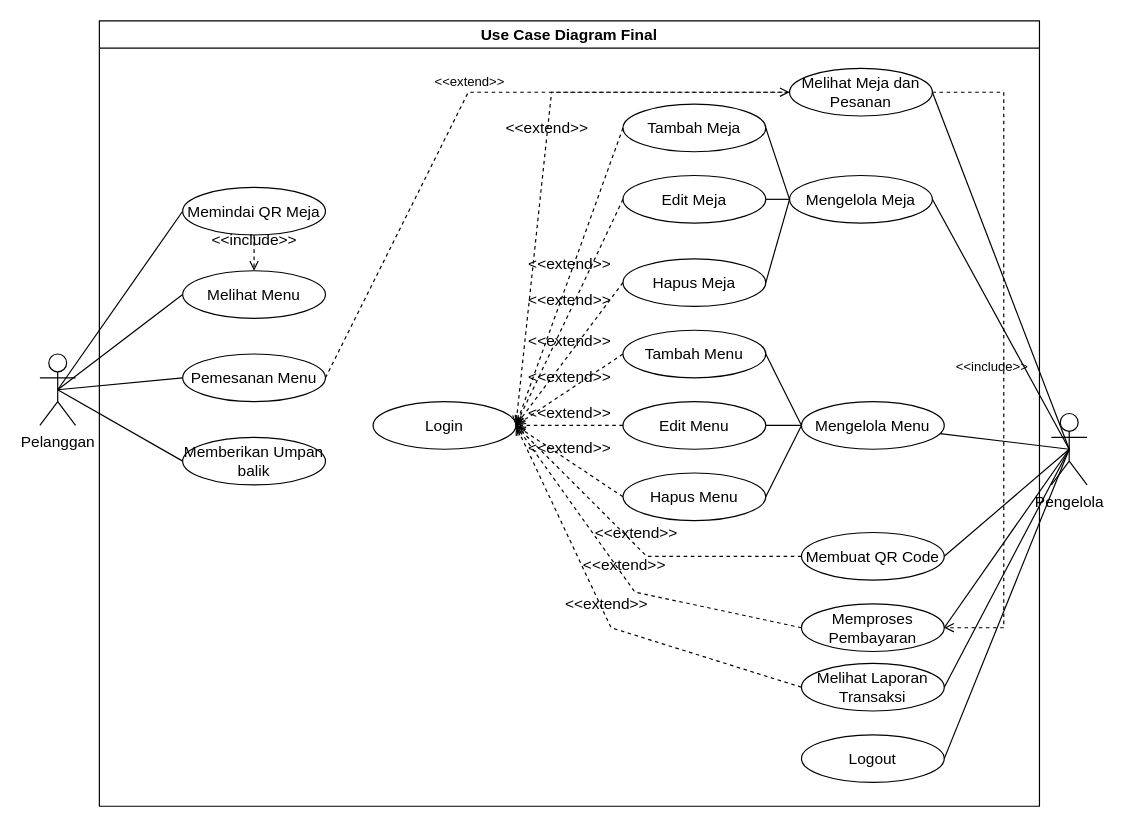
gustitriprayoga/Sistem-Pembayaran-QR keeps this draw.io diagram as Docs/Use Case/final diagram.drawio. Above is the earlier version. Source tidied: cells renumbered, new cells numbered last; positions are measured from the earlier drawing's top-left corner, leaving out a move shared by most shapes. Both pictures are drawn from the tidied source at 119%, with x=0, y=0 at pixel (39, 20).
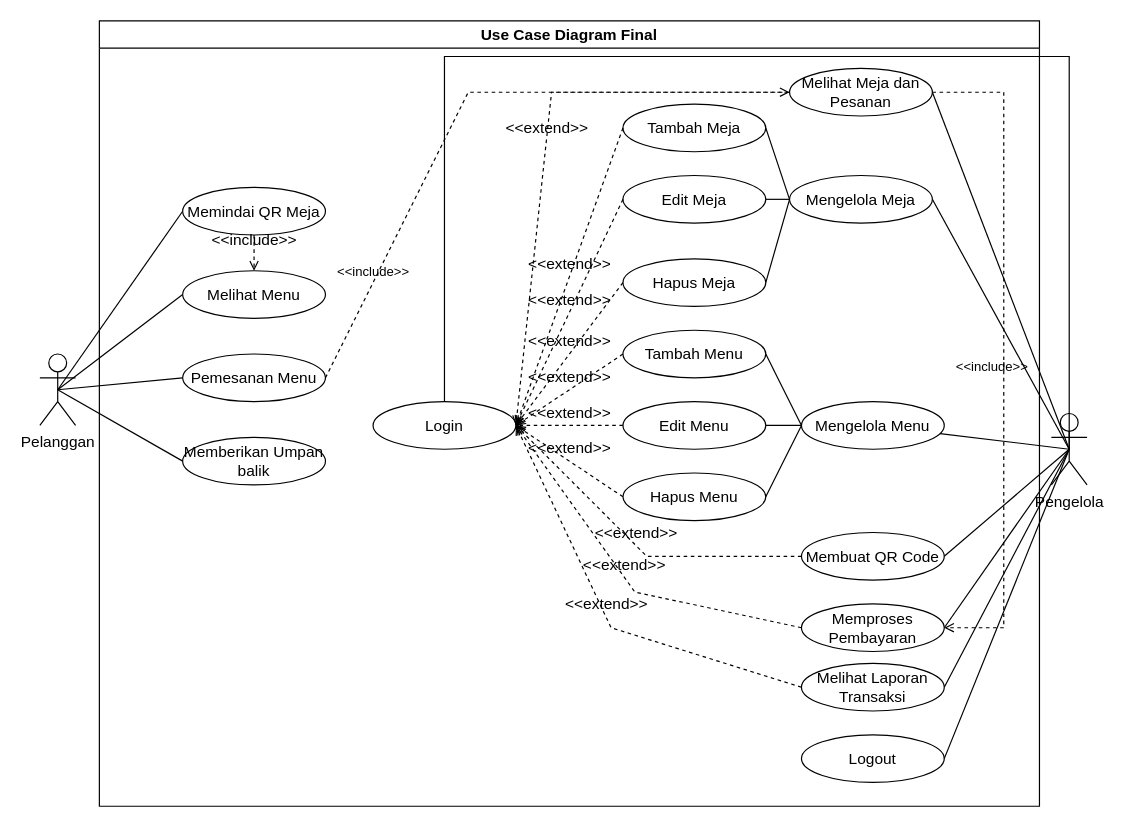
The same diagram, later.

The change refers to these unchanged cells:
```xml
<mxCell id="13" value="Pengelola" style="shape=umlActor;verticalLabelPosition=bottom;verticalAlign=top;html=1;outlineConnect=0;fontSize=13;" parent="1" vertex="1">
  <mxGeometry x="850" y="330" width="30" height="60" as="geometry" />
</mxCell>
<mxCell id="15" value="Login" style="ellipse;whiteSpace=wrap;html=1;fontSize=13;" parent="1" vertex="1">
  <mxGeometry x="280" y="320" width="120" height="40" as="geometry" />
</mxCell>
<mxCell id="20" value="Pemesanan Menu" style="ellipse;whiteSpace=wrap;html=1;fontSize=13;" parent="1" vertex="1">
  <mxGeometry x="120" y="280" width="120" height="40" as="geometry" />
</mxCell>
<mxCell id="44" value="Use Case Diagram Final" style="swimlane;whiteSpace=wrap;html=1;fontSize=13;" parent="1" vertex="1">
  <mxGeometry x="50" width="790" height="660" as="geometry" />
</mxCell>
```

Diff of the diagram source:
```diff
@@
+    <mxCell id="53" style="rounded=0;jettySize=auto;html=1;exitX=0.5;exitY=0.5;exitDx=0;exitDy=0;exitPerimeter=0;entryX=0.5;entryY=0;entryDx=0;entryDy=0;endArrow=none;startFill=0;fontSize=13;" parent="44" edge="1" source="13" target="15">
+      <mxGeometry relative="1" as="geometry">
+        <Array as="points">
+          <mxPoint x="815" y="30" />
+          <mxPoint x="290" y="30" />
+        </Array>
+      </mxGeometry>
+    </mxCell>
-    <mxCell id="50" value="&amp;lt;&amp;lt;extend&amp;gt;&amp;gt;" style="html=1;verticalAlign=bottom;labelBackgroundColor=none;endArrow=open;endFill=0;dashed=1;rounded=0;exitX=1;exitY=0.5;exitDx=0;exitDy=0;" parent="1" edge="1" source="20">
-      <mxGeometry relative="1" as="geometry">
+    <mxCell id="50" value="&amp;lt;&amp;lt;include&amp;gt;&amp;gt;" style="html=1;verticalAlign=bottom;labelBackgroundColor=none;endArrow=open;endFill=0;dashed=1;rounded=0;exitX=1;exitY=0.5;exitDx=0;exitDy=0;" parent="1" edge="1" source="20">
+      <mxGeometry x="-0.67" relative="1" as="geometry">
         <mxPoint x="630" y="60" as="targetPoint" />
         <Array as="points">
           <mxPoint x="360" y="60" />
         </Array>
       </mxGeometry>
     </mxCell>
```
